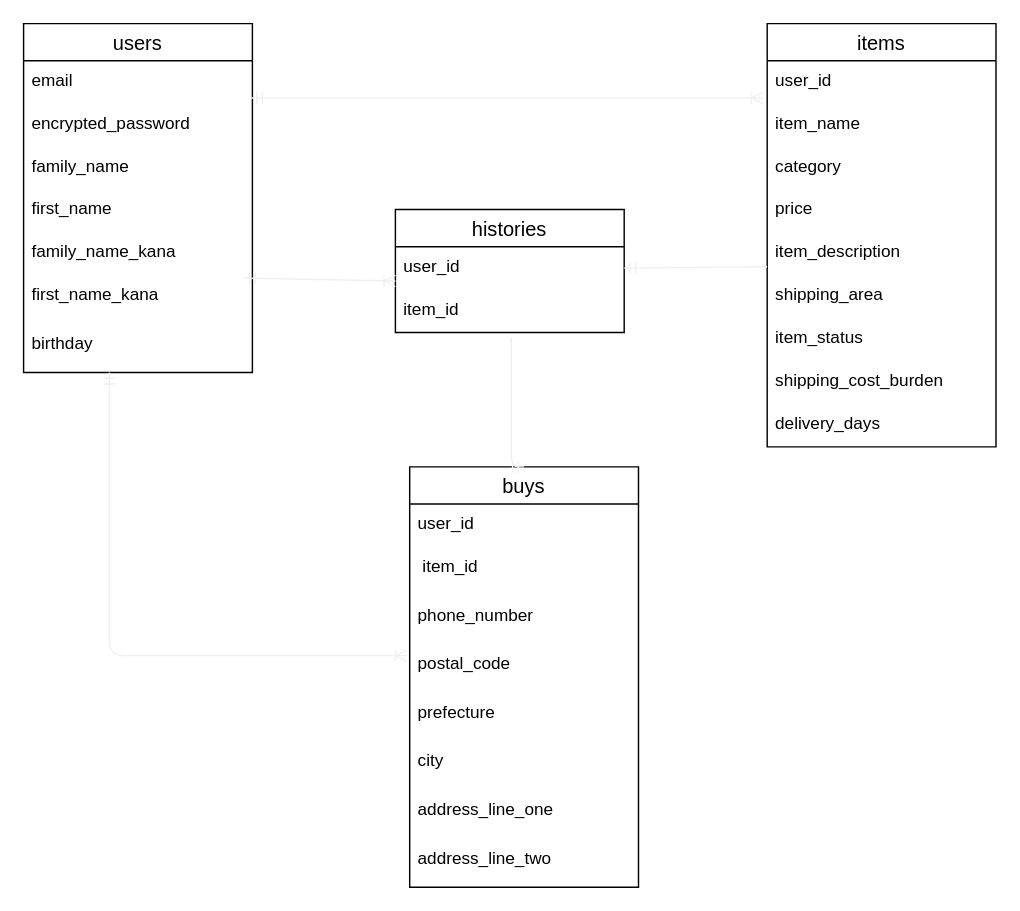
Tasuku-Mamiya/furima-34457 keeps this draw.io diagram as frima-34457.dio. Above is the earlier version. Source tidied: cells renumbered, new cells numbered last; positions are measured from the earlier drawing's top-left corner, leaving out a move shared by most shapes. Both pictures are drawn from the tidied source at 143%, with x=0, y=0 at pixel (23, 23).
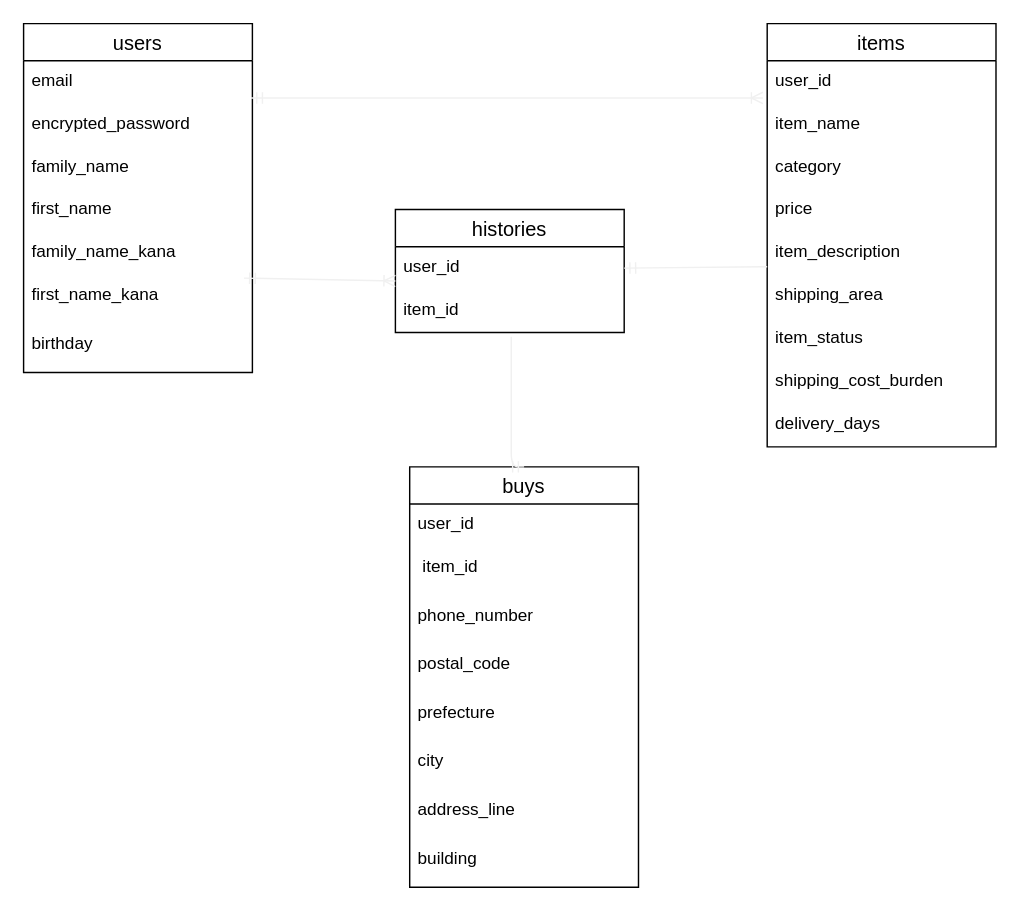
The same diagram, later.

Unchanged cells that the change refers to:
```xml
<mxCell id="13" value="buys" style="swimlane;fontStyle=0;horizontal=1;startSize=26;align=center;fontSize=14;" parent="1" vertex="1">
  <mxGeometry x="270" y="310" width="160" height="294" as="geometry" />
</mxCell>
<mxCell id="17" value="postal_code" style="text;strokeColor=none;fillColor=none;spacingLeft=4;spacingRight=4;overflow=hidden;points=[[0,0.5],[1,0.5]];portConstraint=eastwest;fontSize=12;align=left;shadow=0;" parent="13" vertex="1">
  <mxGeometry y="124" width="160" height="34" as="geometry" />
</mxCell>
<mxCell id="29" value="birthday" style="text;strokeColor=none;fillColor=none;spacingLeft=4;spacingRight=4;overflow=hidden;points=[[0,0.5],[1,0.5]];portConstraint=eastwest;fontSize=12;" parent="22" vertex="1">
  <mxGeometry y="210" width="160" height="34" as="geometry" />
</mxCell>
```

What changed in the source:
```diff
@@
-    <mxCell id="20" value="address_line_one" style="text;strokeColor=none;fillColor=none;spacingLeft=4;spacingRight=4;overflow=hidden;fontSize=12;align=left;shadow=0;" parent="13" vertex="1">
+    <mxCell id="20" value="address_line" style="text;strokeColor=none;fillColor=none;spacingLeft=4;spacingRight=4;overflow=hidden;fontSize=12;align=left;shadow=0;" parent="13" vertex="1">
       <mxGeometry y="226" width="160" height="34" as="geometry" />
     </mxCell>
-    <mxCell id="21" value="address_line_two" style="text;strokeColor=none;fillColor=none;spacingLeft=4;spacingRight=4;overflow=hidden;fontSize=12;align=left;shadow=0;" parent="13" vertex="1">
+    <mxCell id="21" value="building" style="text;strokeColor=none;fillColor=none;spacingLeft=4;spacingRight=4;overflow=hidden;fontSize=12;align=left;shadow=0;" parent="13" vertex="1">
       <mxGeometry y="260" width="160" height="34" as="geometry" />
     </mxCell>
@@
-    <mxCell id="33" style="edgeStyle=orthogonalEdgeStyle;fontSize=12;html=1;endArrow=ERoneToMany;startArrow=ERmandOne;strokeColor=#f0f0f0;entryX=-0.012;entryY=0.235;entryDx=0;entryDy=0;entryPerimeter=0;exitX=0.375;exitY=1;exitDx=0;exitDy=0;exitPerimeter=0;endFill=0;" parent="1" edge="1" source="29" target="17">
-      <mxGeometry relative="1" as="geometry" />
-    </mxCell>
```
